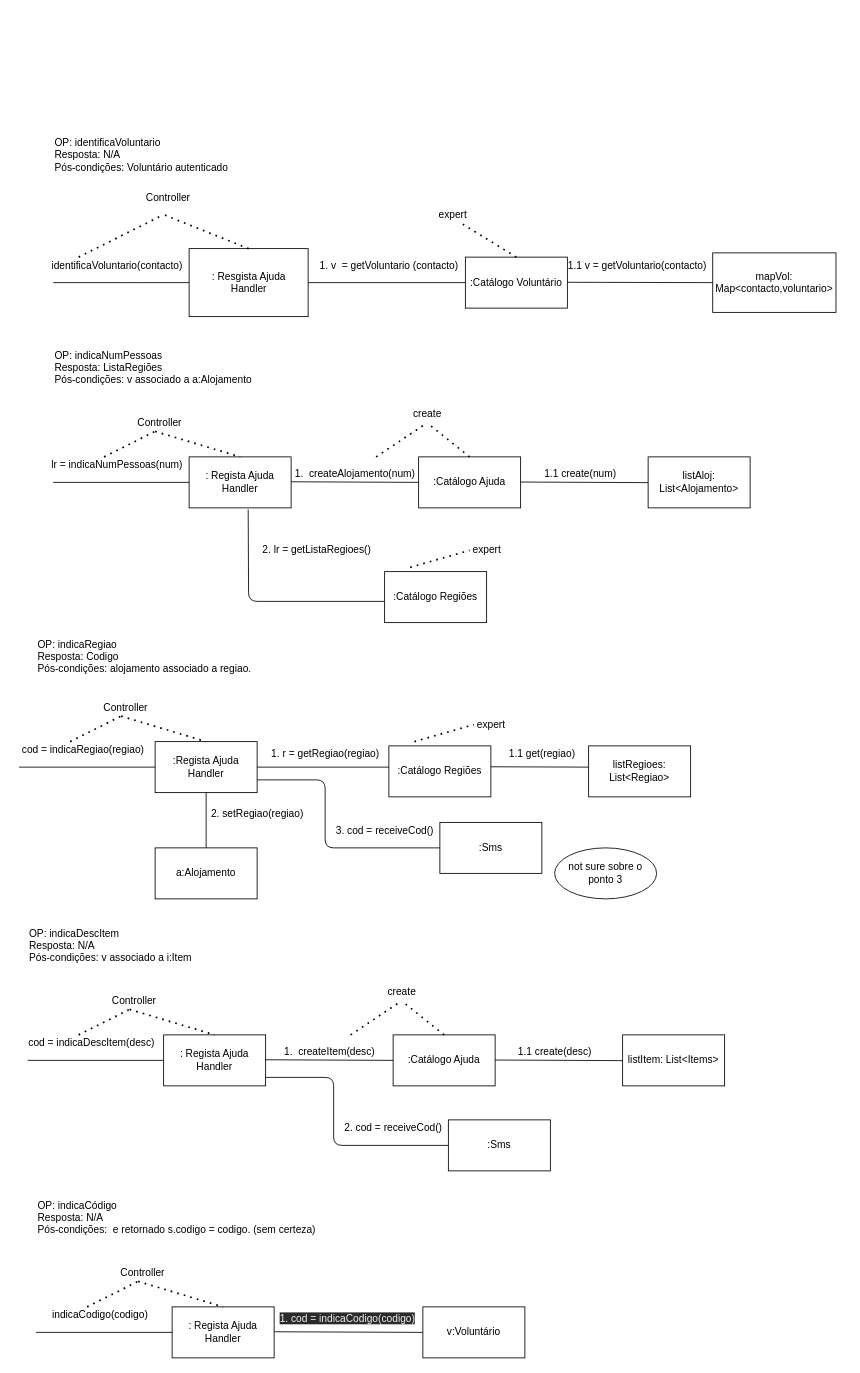
Above: MMdiagramainteracao.drawio in RuiMartins05/DCO (draw.io), before the change. Source tidied: cells renumbered, new cells numbered last; positions are measured from the earlier drawing's top-left corner, leaving out a move shared by most shapes. Both pictures are drawn from the tidied source at 85%, with x=0, y=0 at pixel (14, 133).
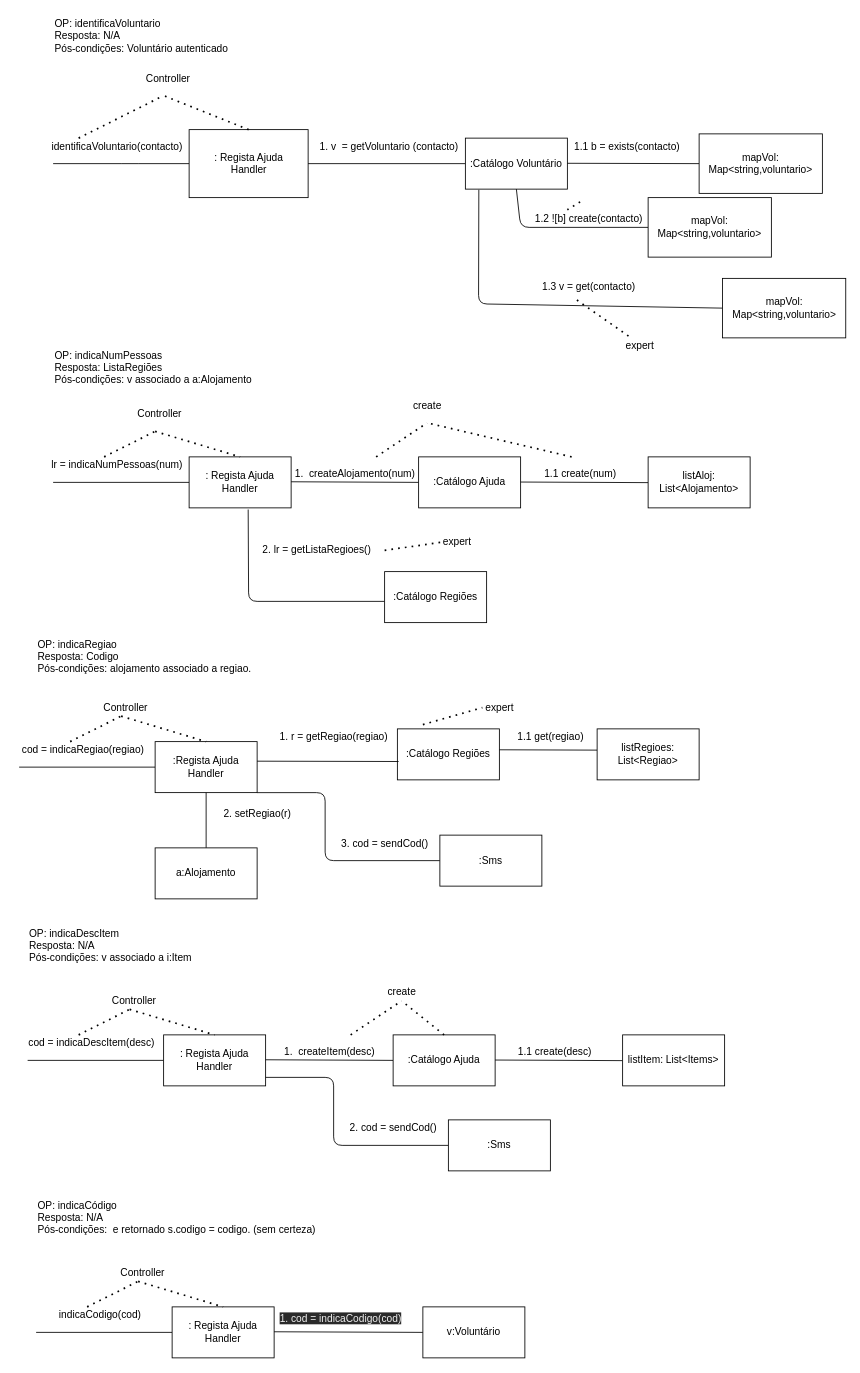
The same page after the edit.

Commit message:
quase concluido

The change refers to these unchanged cells:
```xml
<mxCell id="26" value=":Catálogo Ajuda" style="rounded=0;whiteSpace=wrap;html=1;" parent="1" vertex="1">
  <mxGeometry x="475" y="380" width="120" height="60" as="geometry" />
</mxCell>
<mxCell id="30" value=":Regista Ajuda&lt;br&gt;Handler" style="rounded=0;whiteSpace=wrap;html=1;" parent="1" vertex="1">
  <mxGeometry x="165" y="715" width="120" height="60" as="geometry" />
</mxCell>
```

Diff of the diagram source:
```diff
@@
     <mxCell id="2" value="OP: identificaVoluntario&lt;br&gt;Resposta: N/A&lt;br&gt;Pós-condições: Voluntário autenticado" style="text;html=1;align=left;verticalAlign=middle;strokeColor=none;fillColor=none;" parent="1" vertex="1">
-      <mxGeometry x="45" width="220" height="50" as="geometry" />
+      <mxGeometry x="45" y="-140" width="220" height="50" as="geometry" />
     </mxCell>
     <mxCell id="3" value="identificaVoluntario(contacto)" style="text;html=1;align=center;verticalAlign=middle;strokeColor=none;fillColor=none;" parent="1" vertex="1">
-      <mxGeometry x="35" y="145" width="170" height="20" as="geometry" />
+      <mxGeometry x="35" y="5" width="170" height="20" as="geometry" />
     </mxCell>
     <mxCell id="4" style="endArrow=none;html=1;endFill=0;" parent="1" edge="1">
       <mxGeometry relative="1" as="geometry">
-        <mxPoint x="45" y="175" as="sourcePoint" />
-        <mxPoint x="205" y="175" as="targetPoint" />
+        <mxPoint x="45" y="35" as="sourcePoint" />
+        <mxPoint x="205" y="35" as="targetPoint" />
         <Array as="points">
-          <mxPoint x="135" y="175" />
+          <mxPoint x="135" y="35" />
         </Array>
       </mxGeometry>
     </mxCell>
     <mxCell id="5" style="rounded=0;whiteSpace=wrap;html=1;" parent="1" vertex="1">
-      <mxGeometry x="205" y="135" width="140" height="80" as="geometry" />
+      <mxGeometry x="205" y="-5" width="140" height="80" as="geometry" />
     </mxCell>
-    <mxCell id="6" value=": Resgista Ajuda&lt;br&gt;Handler" style="text;html=1;align=center;verticalAlign=middle;strokeColor=none;fillColor=none;" parent="1" vertex="1">
-      <mxGeometry x="225" y="160" width="100" height="30" as="geometry" />
+    <mxCell id="6" value=": Regista Ajuda&lt;br&gt;Handler" style="text;html=1;align=center;verticalAlign=middle;strokeColor=none;fillColor=none;" parent="1" vertex="1">
+      <mxGeometry x="225" y="20" width="100" height="30" as="geometry" />
     </mxCell>
     <mxCell id="7" value="1. v&amp;nbsp; = getVoluntario (contacto)" style="text;html=1;align=center;verticalAlign=middle;strokeColor=none;fillColor=none;" parent="1" vertex="1">
-      <mxGeometry x="350" y="145" width="180" height="20" as="geometry" />
+      <mxGeometry x="350" y="5" width="180" height="20" as="geometry" />
     </mxCell>
@@
     <mxCell id="9" value=":Catálogo Voluntário" style="rounded=0;whiteSpace=wrap;html=1;" parent="1" vertex="1">
-      <mxGeometry x="530" y="145" width="120" height="60" as="geometry" />
+      <mxGeometry x="530" y="5" width="120" height="60" as="geometry" />
     </mxCell>
     <mxCell id="10" style="endArrow=none;html=1;exitX=0;exitY=0.5;exitDx=0;exitDy=0;" parent="1" edge="1" source="11">
       <mxGeometry relative="1" as="geometry">
-        <mxPoint x="650" y="174.6" as="targetPoint" />
+        <mxPoint x="650" y="34.6" as="targetPoint" />
       </mxGeometry>
     </mxCell>
-    <mxCell id="11" value="mapVol: Map&amp;lt;contacto,voluntario&amp;gt;" style="rounded=0;whiteSpace=wrap;html=1;" parent="1" vertex="1">
-      <mxGeometry x="821" y="140" width="145" height="70" as="geometry" />
+    <mxCell id="11" value="mapVol: Map&amp;lt;string,voluntario&amp;gt;" style="rounded=0;whiteSpace=wrap;html=1;" parent="1" vertex="1">
+      <mxGeometry x="805" width="145" height="70" as="geometry" />
     </mxCell>
-    <mxCell id="12" value="1.1 v = getVoluntario(contacto)" style="text;html=1;align=center;verticalAlign=middle;points=[];strokeColor=none;fillColor=none;" parent="1" vertex="1">
-      <mxGeometry x="642" y="145" width="180" height="20" as="geometry" />
+    <mxCell id="12" value="1.3 v = get(contacto)" style="text;html=1;align=center;verticalAlign=middle;points=[];strokeColor=none;fillColor=none;" parent="1" vertex="1">
+      <mxGeometry x="610" y="170" width="130" height="20" as="geometry" />
     </mxCell>
     <mxCell id="13" style="endArrow=none;dashed=1;html=1;dashPattern=1 3;strokeWidth=2;" parent="1" edge="1">
       <mxGeometry relative="1" as="geometry">
-        <mxPoint x="75" y="145" as="sourcePoint" />
-        <mxPoint x="175" y="95" as="targetPoint" />
+        <mxPoint x="75" y="5" as="sourcePoint" />
+        <mxPoint x="175" y="-45" as="targetPoint" />
       </mxGeometry>
     </mxCell>
     <mxCell id="14" style="endArrow=none;dashed=1;html=1;dashPattern=1 3;strokeWidth=2;exitX=0.5;exitY=0;exitDx=0;exitDy=0;" parent="1" edge="1" source="5">
       <mxGeometry relative="1" as="geometry">
-        <mxPoint x="175" y="95" as="targetPoint" />
+        <mxPoint x="175" y="-45" as="targetPoint" />
       </mxGeometry>
     </mxCell>
     <mxCell id="15" value="Controller" style="text;html=1;align=center;verticalAlign=middle;strokeColor=none;fillColor=none;" parent="1" vertex="1">
-      <mxGeometry x="145" y="65" width="70" height="20" as="geometry" />
+      <mxGeometry x="145" y="-75" width="70" height="20" as="geometry" />
     </mxCell>
-    <mxCell id="16" style="endArrow=none;dashed=1;html=1;dashPattern=1 3;strokeWidth=2;exitX=0.5;exitY=0;exitDx=0;exitDy=0;" parent="1" edge="1" source="9">
+    <mxCell id="16" style="endArrow=none;dashed=1;html=1;dashPattern=1 3;strokeWidth=2;exitX=0.394;exitY=1.276;exitDx=0;exitDy=0;exitPerimeter=0;" parent="1" edge="1" source="12">
       <mxGeometry relative="1" as="geometry">
-        <mxPoint x="525" y="105" as="targetPoint" />
+        <mxPoint x="725" y="240" as="targetPoint" />
       </mxGeometry>
     </mxCell>
     <mxCell id="17" value="expert" style="text;html=1;align=center;verticalAlign=middle;strokeColor=none;fillColor=none;" parent="1" vertex="1">
-      <mxGeometry x="490" y="85" width="50" height="20" as="geometry" />
+      <mxGeometry x="710" y="240" width="50" height="20" as="geometry" />
     </mxCell>
@@
     <mxCell id="24" value="Controller" style="text;html=1;align=center;verticalAlign=middle;strokeColor=none;fillColor=none;" parent="1" vertex="1">
-      <mxGeometry x="135" y="330" width="70" height="20" as="geometry" />
+      <mxGeometry x="135" y="320" width="70" height="20" as="geometry" />
     </mxCell>
@@
-    <mxCell id="38" style="endArrow=none;html=1;exitX=1;exitY=0.5;exitDx=0;exitDy=0;" parent="1" edge="1" source="30">
-      <mxGeometry relative="1" as="geometry">
-        <mxPoint x="445" y="745" as="targetPoint" />
-      </mxGeometry>
-    </mxCell>
@@
-    <mxCell id="40" style="endArrow=none;dashed=1;html=1;dashPattern=1 3;strokeWidth=2;exitX=0.5;exitY=0;exitDx=0;exitDy=0;" parent="1" edge="1" source="26">
+    <mxCell id="40" style="endArrow=none;dashed=1;html=1;dashPattern=1 3;strokeWidth=2;" parent="1" edge="1">
       <mxGeometry relative="1" as="geometry">
+        <mxPoint x="655" y="380" as="sourcePoint" />
         <mxPoint x="485" y="340" as="targetPoint" />
       </mxGeometry>
     </mxCell>
     <mxCell id="41" value="create" style="text;html=1;align=center;verticalAlign=middle;strokeColor=none;fillColor=none;" parent="1" vertex="1">
-      <mxGeometry x="460" y="320" width="50" height="20" as="geometry" />
+      <mxGeometry x="460" y="310" width="50" height="20" as="geometry" />
     </mxCell>
     <mxCell id="42" style="endArrow=none;dashed=1;html=1;dashPattern=1 3;strokeWidth=2;" parent="1" edge="1">
       <mxGeometry relative="1" as="geometry">
-        <mxPoint x="465" y="510" as="sourcePoint" />
-        <mxPoint x="535" y="490" as="targetPoint" />
+        <mxPoint x="435" y="490" as="sourcePoint" />
+        <mxPoint x="505" y="480" as="targetPoint" />
       </mxGeometry>
     </mxCell>
     <mxCell id="43" value="expert" style="text;html=1;align=center;verticalAlign=middle;strokeColor=none;fillColor=none;" parent="1" vertex="1">
-      <mxGeometry x="530" y="480" width="50" height="20" as="geometry" />
+      <mxGeometry x="495" y="470" width="50" height="20" as="geometry" />
     </mxCell>
     <mxCell id="44" value="1. r = getRegiao(regiao)" style="text;html=1;align=center;verticalAlign=middle;strokeColor=none;fillColor=none;" parent="1" vertex="1">
-      <mxGeometry x="295" y="720" width="140" height="20" as="geometry" />
+      <mxGeometry x="305" y="700" width="140" height="20" as="geometry" />
     </mxCell>
     <mxCell id="45" value=":Catálogo Regiões" style="rounded=0;whiteSpace=wrap;html=1;" parent="1" vertex="1">
-      <mxGeometry x="440" y="720" width="120" height="60" as="geometry" />
+      <mxGeometry x="450" y="700" width="120" height="60" as="geometry" />
     </mxCell>
     <mxCell id="46" style="endArrow=none;html=1;exitX=1;exitY=0.5;exitDx=0;exitDy=0;" parent="1" edge="1">
       <mxGeometry relative="1" as="geometry">
-        <mxPoint x="560" y="744.6" as="sourcePoint" />
-        <mxPoint x="675" y="745" as="targetPoint" />
+        <mxPoint x="570" y="724.6" as="sourcePoint" />
+        <mxPoint x="685" y="725" as="targetPoint" />
       </mxGeometry>
     </mxCell>
     <mxCell id="47" value="1.1 get(regiao)" style="text;html=1;align=center;verticalAlign=middle;strokeColor=none;fillColor=none;" parent="1" vertex="1">
-      <mxGeometry x="575" y="720" width="90" height="20" as="geometry" />
+      <mxGeometry x="585" y="700" width="90" height="20" as="geometry" />
     </mxCell>
     <mxCell id="48" value="listRegioes: List&amp;lt;Regiao&amp;gt;" style="rounded=0;whiteSpace=wrap;html=1;" parent="1" vertex="1">
-      <mxGeometry x="675" y="720" width="120" height="60" as="geometry" />
+      <mxGeometry x="685" y="700" width="120" height="60" as="geometry" />
     </mxCell>
@@
     <mxCell id="52" style="endArrow=none;dashed=1;html=1;dashPattern=1 3;strokeWidth=2;" parent="1" edge="1">
       <mxGeometry relative="1" as="geometry">
-        <mxPoint x="470" y="715" as="sourcePoint" />
-        <mxPoint x="540" y="695" as="targetPoint" />
+        <mxPoint x="480" y="695" as="sourcePoint" />
+        <mxPoint x="550" y="675" as="targetPoint" />
       </mxGeometry>
     </mxCell>
     <mxCell id="53" value="expert" style="text;html=1;align=center;verticalAlign=middle;strokeColor=none;fillColor=none;" parent="1" vertex="1">
-      <mxGeometry x="535" y="685" width="50" height="20" as="geometry" />
+      <mxGeometry x="545" y="665" width="50" height="20" as="geometry" />
     </mxCell>
@@
-    <mxCell id="56" value="2. setRegiao(regiao)" style="text;html=1;align=center;verticalAlign=middle;strokeColor=none;fillColor=none;" parent="1" vertex="1">
-      <mxGeometry x="225" y="790" width="120" height="20" as="geometry" />
+    <mxCell id="56" value="2. setRegiao(r)" style="text;html=1;align=center;verticalAlign=middle;strokeColor=none;fillColor=none;" parent="1" vertex="1">
+      <mxGeometry x="240" y="790" width="90" height="20" as="geometry" />
     </mxCell>
@@
     <mxCell id="73" style="endArrow=none;html=1;entryX=0;entryY=0.5;entryDx=0;entryDy=0;" parent="1" edge="1" target="75">
       <mxGeometry relative="1" as="geometry">
-        <mxPoint x="285" y="760" as="sourcePoint" />
+        <mxPoint x="285" y="775" as="sourcePoint" />
         <Array as="points">
-          <mxPoint x="365" y="760" />
-          <mxPoint x="365" y="840" />
+          <mxPoint x="365" y="775" />
+          <mxPoint x="365" y="855" />
         </Array>
       </mxGeometry>
     </mxCell>
-    <mxCell id="74" value="3. cod = receiveCod()" style="text;html=1;align=center;verticalAlign=middle;strokeColor=none;fillColor=none;" parent="1" vertex="1">
-      <mxGeometry x="370" y="810" width="130" height="20" as="geometry" />
+    <mxCell id="74" value="3. cod = sendCod()" style="text;html=1;align=center;verticalAlign=middle;strokeColor=none;fillColor=none;" parent="1" vertex="1">
+      <mxGeometry x="375" y="825" width="120" height="20" as="geometry" />
     </mxCell>
     <mxCell id="75" value=":Sms" style="rounded=0;whiteSpace=wrap;html=1;" parent="1" vertex="1">
-      <mxGeometry x="500" y="810" width="120" height="60" as="geometry" />
+      <mxGeometry x="500" y="825" width="120" height="60" as="geometry" />
     </mxCell>
-    <mxCell id="76" value="not sure sobre o ponto 3" style="ellipse;whiteSpace=wrap;html=1;" parent="1" vertex="1">
-      <mxGeometry x="635" y="840" width="120" height="60" as="geometry" />
-    </mxCell>
@@
-    <mxCell id="78" value="indicaCodigo(codigo)" style="text;html=1;align=center;verticalAlign=middle;strokeColor=none;fillColor=none;" parent="1" vertex="1">
-      <mxGeometry x="35" y="1380" width="130" height="20" as="geometry" />
+    <mxCell id="78" value="indicaCodigo(cod)" style="text;html=1;align=center;verticalAlign=middle;strokeColor=none;fillColor=none;" parent="1" vertex="1">
+      <mxGeometry x="45" y="1380" width="110" height="20" as="geometry" />
     </mxCell>
@@
-    <mxCell id="87" value="2. cod = receiveCod()" style="text;html=1;align=center;verticalAlign=middle;strokeColor=none;fillColor=none;" parent="1" vertex="1">
-      <mxGeometry x="380" y="1160" width="130" height="20" as="geometry" />
+    <mxCell id="87" value="2. cod = sendCod()" style="text;html=1;align=center;verticalAlign=middle;strokeColor=none;fillColor=none;" parent="1" vertex="1">
+      <mxGeometry x="385" y="1160" width="120" height="20" as="geometry" />
     </mxCell>
@@
-    <mxCell id="89" value="&lt;span style=&quot;color: rgb(240 , 240 , 240) ; font-family: &amp;#34;helvetica&amp;#34; ; font-size: 12px ; font-style: normal ; font-weight: 400 ; letter-spacing: normal ; text-align: center ; text-indent: 0px ; text-transform: none ; word-spacing: 0px ; background-color: rgb(42 , 42 , 42) ; display: inline ; float: none&quot;&gt;1. cod = indicaCodigo(codigo)&lt;/span&gt;" style="text;whiteSpace=wrap;html=1;" parent="1" vertex="1">
+    <mxCell id="89" value="&lt;span style=&quot;color: rgb(240 , 240 , 240) ; font-family: &amp;#34;helvetica&amp;#34; ; font-size: 12px ; font-style: normal ; font-weight: 400 ; letter-spacing: normal ; text-align: center ; text-indent: 0px ; text-transform: none ; word-spacing: 0px ; background-color: rgb(42 , 42 , 42) ; display: inline ; float: none&quot;&gt;1. cod = indicaCodigo(cod)&lt;/span&gt;" style="text;whiteSpace=wrap;html=1;" parent="1" vertex="1">
       <mxGeometry x="310" y="1380" width="165" height="30" as="geometry" />
     </mxCell>
+    <mxCell id="90" style="endArrow=none;html=1;entryX=0.5;entryY=1;entryDx=0;entryDy=0;exitX=0;exitY=0.5;exitDx=0;exitDy=0;" parent="1" edge="1" source="91" target="9">
+      <mxGeometry relative="1" as="geometry">
+        <Array as="points">
+          <mxPoint x="595" y="110" />
+        </Array>
+      </mxGeometry>
+    </mxCell>
+    <mxCell id="91" value="mapVol: Map&amp;lt;string,voluntario&amp;gt;" style="rounded=0;whiteSpace=wrap;html=1;" parent="1" vertex="1">
+      <mxGeometry x="745" y="75" width="145" height="70" as="geometry" />
+    </mxCell>
+    <mxCell id="92" value="1.1 b = exists(contacto)" style="text;html=1;align=center;verticalAlign=middle;strokeColor=none;fillColor=none;" parent="1" vertex="1">
+      <mxGeometry x="650" y="5" width="140" height="20" as="geometry" />
+    </mxCell>
+    <mxCell id="93" style="endArrow=none;html=1;entryX=0.132;entryY=1.013;entryDx=0;entryDy=0;entryPerimeter=0;exitX=0;exitY=0.5;exitDx=0;exitDy=0;" parent="1" edge="1" source="94" target="9">
+      <mxGeometry relative="1" as="geometry">
+        <Array as="points">
+          <mxPoint x="545.5" y="200" />
+        </Array>
+      </mxGeometry>
+    </mxCell>
+    <mxCell id="94" value="mapVol: Map&amp;lt;string,voluntario&amp;gt;" style="rounded=0;whiteSpace=wrap;html=1;" parent="1" vertex="1">
+      <mxGeometry x="832.5" y="170" width="145" height="70" as="geometry" />
+    </mxCell>
+    <mxCell id="95" value="1.2 ![b] create(contacto)" style="text;html=1;align=center;verticalAlign=middle;points=[];strokeColor=none;fillColor=none;" parent="1" vertex="1">
+      <mxGeometry x="605" y="90" width="140" height="20" as="geometry" />
+    </mxCell>
+    <mxCell id="96" style="endArrow=none;dashed=1;html=1;dashPattern=1 3;strokeWidth=2;entryX=0.321;entryY=-0.033;entryDx=0;entryDy=0;entryPerimeter=0;" parent="1" edge="1" target="95">
+      <mxGeometry relative="1" as="geometry">
+        <mxPoint x="665" y="80" as="sourcePoint" />
+      </mxGeometry>
+    </mxCell>
+    <mxCell id="97" style="endArrow=none;html=1;entryX=0.012;entryY=0.64;entryDx=0;entryDy=0;entryPerimeter=0;" parent="1" edge="1" target="45">
+      <mxGeometry relative="1" as="geometry">
+        <mxPoint x="285" y="738" as="sourcePoint" />
+      </mxGeometry>
+    </mxCell>
```
